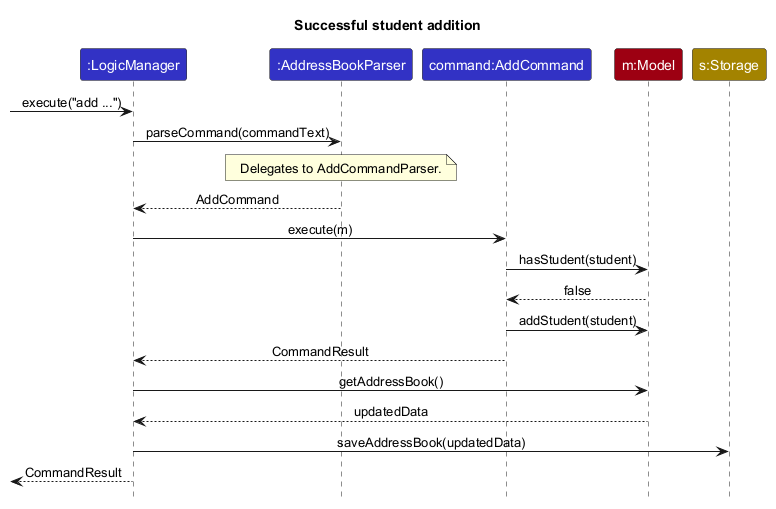
Above: docs/images/AddStudentSequenceDiagram.png in AY2627S1-CS2103T-F09-1/tp (PlantUML), before the change. The source it was exported from:
```plantuml
@startuml
!include style.puml
skinparam ArrowFontStyle plain

title Successful student addition

participant ":LogicManager" as Logic LOGIC_COLOR
participant ":AddressBookParser" as Router LOGIC_COLOR
participant "command:AddCommand" as Command LOGIC_COLOR
participant "m:Model" as Model MODEL_COLOR
participant "s:Storage" as Storage STORAGE_COLOR

[-> Logic : execute("add ...")
Logic -> Router : parseCommand(commandText)
note over Router : Delegates to AddCommandParser.
Router --> Logic : AddCommand
Logic -> Command : execute(m)
Command -> Model : hasStudent(student)
Model --> Command : false
Command -> Model : addStudent(student)
Command --> Logic : CommandResult
Logic -> Model : getAddressBook()
Model --> Logic : updatedData
Logic -> Storage : saveAddressBook(updatedData)
[<-- Logic : CommandResult
@enduml
```
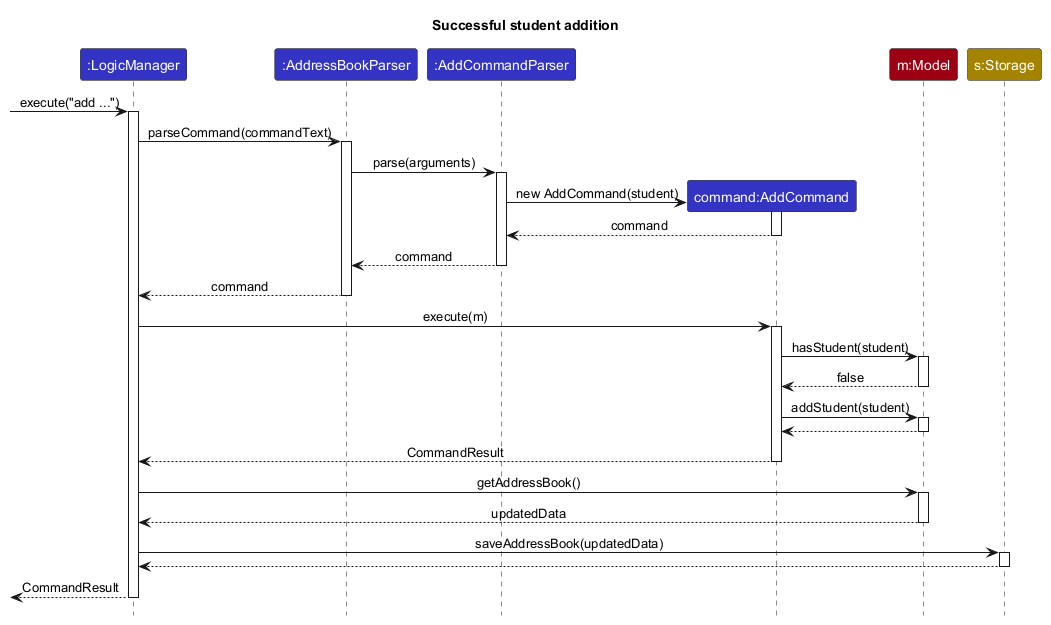
After the commit.

The edit, as a diff of the source:
```diff
@@ -6,21 +6,46 @@
 
 participant ":LogicManager" as Logic LOGIC_COLOR
 participant ":AddressBookParser" as Router LOGIC_COLOR
+participant ":AddCommandParser" as Parser LOGIC_COLOR
 participant "command:AddCommand" as Command LOGIC_COLOR
 participant "m:Model" as Model MODEL_COLOR
 participant "s:Storage" as Storage STORAGE_COLOR
 
 [-> Logic : execute("add ...")
+activate Logic
 Logic -> Router : parseCommand(commandText)
-note over Router : Delegates to AddCommandParser.
-Router --> Logic : AddCommand
+activate Router
+Router -> Parser : parse(arguments)
+activate Parser
+create Command
+Parser -> Command : new AddCommand(student)
+activate Command
+Command --> Parser : command
+deactivate Command
+Parser --> Router : command
+deactivate Parser
+Router --> Logic : command
+deactivate Router
 Logic -> Command : execute(m)
+activate Command
 Command -> Model : hasStudent(student)
+activate Model
 Model --> Command : false
+deactivate Model
 Command -> Model : addStudent(student)
+activate Model
+Model --> Command
+deactivate Model
 Command --> Logic : CommandResult
+deactivate Command
 Logic -> Model : getAddressBook()
+activate Model
 Model --> Logic : updatedData
+deactivate Model
 Logic -> Storage : saveAddressBook(updatedData)
+activate Storage
+Storage --> Logic
+deactivate Storage
 [<-- Logic : CommandResult
+deactivate Logic
 @enduml
```
